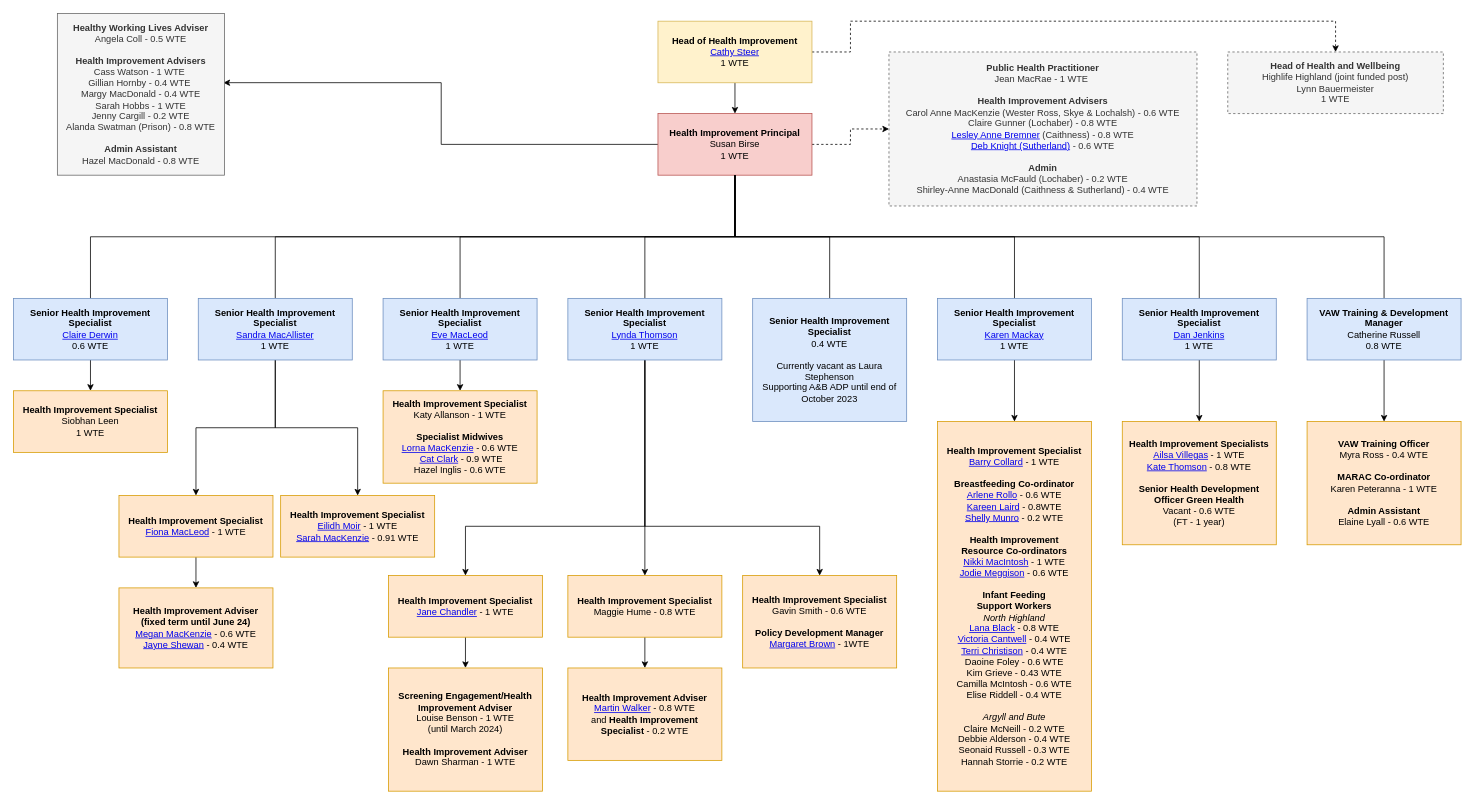
The draw.io diagram Untitled Diagram.drawio in barrycollard/staffOrgChart, before the edit. Source tidied: cells renumbered, new cells numbered last; positions are measured from the earlier drawing's top-left corner, leaving out a move shared by most shapes. Both pictures are drawn from the tidied source at 77%, with x=0, y=0 at pixel (13, 13).
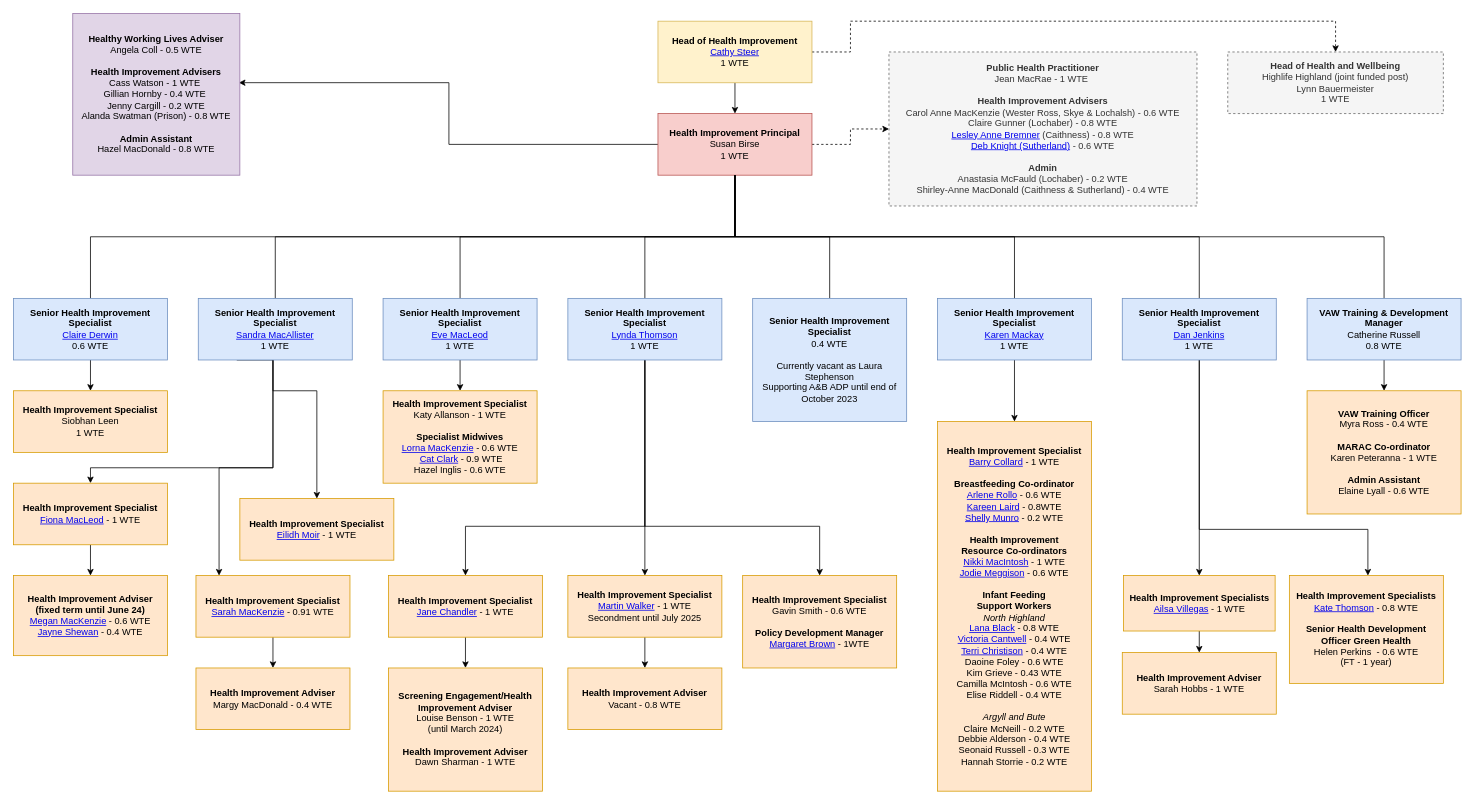
After the change.

Commit message:
moving of staff

The change refers to these unchanged cells:
```xml
<mxCell id="15" value="&lt;div&gt;&lt;b&gt;Senior Health Improvement Specialist&lt;/b&gt;&lt;/div&gt;&lt;div&gt;&lt;a href=&quot;https://nhshighland.publichealth.scot.nhs.uk/staff/sandra-macallister/&quot;&gt;Sandra MacAllister&lt;/a&gt;&lt;/div&gt;&lt;div&gt;1 WTE&lt;/div&gt;" style="rounded=0;whiteSpace=wrap;html=1;fillColor=#dae8fc;strokeColor=#6c8ebf;" parent="1" vertex="1">
  <mxGeometry x="240" y="370" width="200" height="80" as="geometry" />
</mxCell>
<mxCell id="39" value="&lt;div&gt;&lt;b&gt;Senior Health Improvement Specialist&lt;/b&gt;&lt;/div&gt;&lt;div&gt;&lt;div&gt;&lt;a href=&quot;https://nhshighland.publichealth.scot.nhs.uk/staff/dan-jenkins/&quot;&gt;Dan Jenkins&lt;/a&gt;&lt;/div&gt;&lt;div&gt;1 WTE&lt;/div&gt;&lt;/div&gt;" style="rounded=0;whiteSpace=wrap;html=1;fillColor=#dae8fc;strokeColor=#6c8ebf;" parent="1" vertex="1">
  <mxGeometry x="1440" y="370" width="200" height="80" as="geometry" />
</mxCell>
```

The edit, as a diff of the source:
```diff
@@
-    <mxCell id="8" value="&lt;div&gt;&lt;b&gt;Healthy Working Lives Adviser&lt;/b&gt;&lt;/div&gt;&lt;div&gt;Angela Coll - 0.5 WTE&lt;/div&gt;&lt;div&gt;&lt;br&gt;&lt;/div&gt;&lt;div&gt;&lt;b&gt;Health Improvement Advisers&lt;/b&gt;&lt;/div&gt;&lt;div&gt;&lt;div&gt;Cass Watson - 1 WTE&amp;nbsp;&lt;/div&gt;&lt;div&gt;Gillian Hornby - 0.4 WTE&amp;nbsp;&lt;/div&gt;&lt;div&gt;Margy MacDonald - 0.4 WTE&lt;/div&gt;&lt;div&gt;Sarah Hobbs - 1 WTE&lt;/div&gt;&lt;div&gt;Jenny Cargill - 0.2 WTE&lt;/div&gt;&lt;div&gt;Alanda Swatman (Prison) - 0.8 WTE&lt;/div&gt;&lt;/div&gt;&lt;div&gt;&lt;br&gt;&lt;/div&gt;&lt;div&gt;&lt;b&gt;Admin Assistant&lt;/b&gt;&lt;/div&gt;&lt;div&gt;Hazel MacDonald - 0.8 WTE&lt;/div&gt;" style="rounded=0;whiteSpace=wrap;html=1;fillColor=#f5f5f5;fontColor=#333333;strokeColor=#666666;" parent="1" vertex="1">
-      <mxGeometry x="57" width="217" height="210" as="geometry" />
+    <mxCell id="8" value="&lt;div&gt;&lt;b&gt;Healthy Working Lives Adviser&lt;/b&gt;&lt;/div&gt;&lt;div&gt;Angela Coll - 0.5 WTE&lt;/div&gt;&lt;div&gt;&lt;br&gt;&lt;/div&gt;&lt;div&gt;&lt;b&gt;Health Improvement Advisers&lt;/b&gt;&lt;/div&gt;&lt;div&gt;&lt;div&gt;Cass Watson - 1 WTE&amp;nbsp;&lt;/div&gt;&lt;div&gt;Gillian Hornby - 0.4 WTE&amp;nbsp;&lt;/div&gt;&lt;div&gt;&lt;span style=&quot;background-color: initial;&quot;&gt;Jenny Cargill - 0.2 WTE&lt;/span&gt;&lt;br&gt;&lt;/div&gt;&lt;div&gt;Alanda Swatman (Prison) - 0.8 WTE&lt;/div&gt;&lt;/div&gt;&lt;div&gt;&lt;br&gt;&lt;/div&gt;&lt;div&gt;&lt;b&gt;Admin Assistant&lt;/b&gt;&lt;/div&gt;&lt;div&gt;Hazel MacDonald - 0.8 WTE&lt;/div&gt;" style="rounded=0;whiteSpace=wrap;html=1;fillColor=#e1d5e7;strokeColor=#9673a6;" parent="1" vertex="1">
+      <mxGeometry x="77" width="217" height="210" as="geometry" />
     </mxCell>
@@
-    <mxCell id="12" style="edgeStyle=orthogonalEdgeStyle;rounded=0;jettySize=auto;html=1;" parent="1" edge="1" source="15" target="31">
-      <mxGeometry relative="1" as="geometry" />
+    <mxCell id="12" style="edgeStyle=orthogonalEdgeStyle;rounded=0;jettySize=auto;html=1;" parent="1" edge="1" target="31">
+      <mxGeometry relative="1" as="geometry">
+        <mxPoint x="437" y="370" as="sourcePoint" />
+        <Array as="points">
+          <mxPoint x="437" y="371" />
+          <mxPoint x="337" y="371" />
+          <mxPoint x="337" y="590" />
+          <mxPoint x="100" y="590" />
+        </Array>
+      </mxGeometry>
     </mxCell>
@@
     <mxCell id="14" style="edgeStyle=orthogonalEdgeStyle;rounded=0;jettySize=auto;html=1;entryX=0.5;entryY=0;entryDx=0;entryDy=0;" parent="1" edge="1" source="15" target="50">
-      <mxGeometry relative="1" as="geometry" />
+      <mxGeometry relative="1" as="geometry">
+        <Array as="points">
+          <mxPoint x="337" y="490" />
+          <mxPoint x="394" y="490" />
+        </Array>
+      </mxGeometry>
     </mxCell>
+    <mxCell id="53" style="edgeStyle=orthogonalEdgeStyle;rounded=0;jettySize=auto;html=1;exitX=0.25;exitY=1;exitDx=0;exitDy=0;" parent="1" edge="1" source="15" target="59">
+      <mxGeometry relative="1" as="geometry">
+        <Array as="points">
+          <mxPoint x="337" y="450" />
+          <mxPoint x="337" y="590" />
+          <mxPoint x="267" y="590" />
+        </Array>
+      </mxGeometry>
+    </mxCell>
@@
     <mxCell id="31" value="&lt;div&gt;&lt;b&gt;Health Improvement Specialist&lt;/b&gt;&lt;/div&gt;&lt;div&gt;&lt;a href=&quot;https://nhshighland.publichealth.scot.nhs.uk/staff/fiona-macleod/&quot;&gt;Fiona MacLeod&lt;/a&gt; - 1 WTE&lt;/div&gt;" style="rounded=0;whiteSpace=wrap;html=1;fillColor=#ffe6cc;strokeColor=#d79b00;" parent="1" vertex="1">
-      <mxGeometry x="137" y="626" width="200" height="80" as="geometry" />
+      <mxGeometry y="610" width="200" height="80" as="geometry" />
     </mxCell>
@@
+    <mxCell id="54" style="edgeStyle=orthogonalEdgeStyle;rounded=0;jettySize=auto;html=1;exitX=0.5;exitY=1;exitDx=0;exitDy=0;" parent="1" edge="1" source="39" target="56">
+      <mxGeometry relative="1" as="geometry" />
+    </mxCell>
-    <mxCell id="38" style="edgeStyle=orthogonalEdgeStyle;rounded=0;jettySize=auto;html=1;" parent="1" edge="1" source="39" target="43">
-      <mxGeometry relative="1" as="geometry" />
+    <mxCell id="38" style="edgeStyle=orthogonalEdgeStyle;rounded=0;jettySize=auto;html=1;exitX=0.5;exitY=1;exitDx=0;exitDy=0;" parent="1" edge="1" source="39" target="43">
+      <mxGeometry relative="1" as="geometry">
+        <Array as="points">
+          <mxPoint x="1540" y="670" />
+          <mxPoint x="1759" y="670" />
+        </Array>
+      </mxGeometry>
     </mxCell>
@@
-    <mxCell id="43" value="&lt;div&gt;&lt;b&gt;Health Improvement Specialists&lt;/b&gt;&lt;/div&gt;&lt;div style=&quot;border-color: var(--border-color);&quot;&gt;&lt;a href=&quot;https://nhshighland.publichealth.scot.nhs.uk/staff/ailsa-villegas/&quot;&gt;Ailsa Villegas&lt;/a&gt; -&amp;nbsp;&lt;span style=&quot;background-color: initial;&quot;&gt;1 WTE&lt;/span&gt;&lt;/div&gt;&lt;a href=&quot;https://nhshighland.publichealth.scot.nhs.uk/staff/kate-thomson/&quot;&gt;Kate Thomson&lt;/a&gt;&amp;nbsp;- 0.8 WTE&lt;br&gt;&lt;br&gt;&lt;div style=&quot;border-color: var(--border-color);&quot;&gt;&lt;b style=&quot;border-color: var(--border-color); background-color: initial;&quot;&gt;Senior Health Development Officer Green Health&lt;/b&gt;&lt;br style=&quot;border-color: var(--border-color);&quot;&gt;&lt;/div&gt;&lt;div style=&quot;border-color: var(--border-color);&quot;&gt;Vacant - 0.6 WTE&lt;br style=&quot;border-color: var(--border-color);&quot;&gt;(FT - 1 year)&lt;/div&gt;" style="rounded=0;whiteSpace=wrap;html=1;fillColor=#ffe6cc;strokeColor=#d79b00;" parent="1" vertex="1">
-      <mxGeometry x="1440" y="530" width="200" height="160" as="geometry" />
+    <mxCell id="43" value="&lt;div&gt;&lt;b&gt;Health Improvement Specialists&lt;/b&gt;&lt;/div&gt;&lt;div style=&quot;border-color: var(--border-color);&quot;&gt;&lt;/div&gt;&lt;a href=&quot;https://nhshighland.publichealth.scot.nhs.uk/staff/kate-thomson/&quot;&gt;Kate Thomson&lt;/a&gt;&amp;nbsp;- 0.8 WTE&lt;br&gt;&lt;br&gt;&lt;div style=&quot;border-color: var(--border-color);&quot;&gt;&lt;b style=&quot;border-color: var(--border-color); background-color: initial;&quot;&gt;Senior Health Development Officer Green Health&lt;/b&gt;&lt;br style=&quot;border-color: var(--border-color);&quot;&gt;&lt;/div&gt;Helen Perkins&amp;nbsp;&lt;span style=&quot;background-color: initial;&quot;&gt;&amp;nbsp;- 0.6 WTE&lt;/span&gt;&lt;br&gt;&lt;div style=&quot;border-color: var(--border-color);&quot;&gt;(FT - 1 year)&lt;/div&gt;" style="rounded=0;whiteSpace=wrap;html=1;fillColor=#ffe6cc;strokeColor=#d79b00;" parent="1" vertex="1">
+      <mxGeometry x="1657" y="730" width="200" height="140" as="geometry" />
     </mxCell>
     <mxCell id="44" value="&lt;div&gt;&lt;b&gt;VAW Training Officer&lt;/b&gt;&lt;/div&gt;&lt;div&gt;Myra Ross - 0.4 WTE&lt;/div&gt;&lt;div&gt;&lt;br&gt;&lt;/div&gt;&lt;div&gt;&lt;b&gt;MARAC Co-ordinator&lt;/b&gt;&lt;/div&gt;&lt;div&gt;Karen Peteranna - 1 WTE&lt;/div&gt;&lt;div&gt;&lt;br&gt;&lt;/div&gt;&lt;div&gt;&lt;b&gt;Admin Assistant&lt;/b&gt;&lt;/div&gt;&lt;div&gt;Elaine Lyall - 0.6 WTE&lt;/div&gt;" style="rounded=0;whiteSpace=wrap;html=1;fillColor=#ffe6cc;strokeColor=#d79b00;" parent="1" vertex="1">
-      <mxGeometry x="1680" y="530" width="200" height="160" as="geometry" />
+      <mxGeometry x="1680" y="490" width="200" height="160" as="geometry" />
     </mxCell>
-    <mxCell id="45" value="&lt;div&gt;&lt;b&gt;Health Improvement Adviser&lt;/b&gt;&lt;/div&gt;&lt;div&gt;&lt;div&gt;&lt;a href=&quot;https://nhshighland.publichealth.scot.nhs.uk/staff/martin-walker/&quot;&gt;Martin Walker&lt;/a&gt; - 0.8 WTE &lt;br&gt;and&amp;nbsp;&lt;span style=&quot;background-color: initial;&quot;&gt;&lt;b&gt;Health Improvement &lt;br&gt;Specialist&lt;/b&gt; - 0.2 WTE&lt;/span&gt;&lt;/div&gt;&lt;/div&gt;" style="rounded=0;whiteSpace=wrap;html=1;fillColor=#ffe6cc;strokeColor=#d79b00;" parent="1" vertex="1">
-      <mxGeometry x="720" y="850" width="200" height="120" as="geometry" />
+    <mxCell id="45" value="&lt;div&gt;&lt;b&gt;Health Improvement Adviser&lt;/b&gt;&lt;/div&gt;&lt;div&gt;Vacant - 0.8 WTE&lt;br&gt;&lt;/div&gt;" style="rounded=0;whiteSpace=wrap;html=1;fillColor=#ffe6cc;strokeColor=#d79b00;" parent="1" vertex="1">
+      <mxGeometry x="720" y="850" width="200" height="80" as="geometry" />
     </mxCell>
     <mxCell id="46" value="&lt;div&gt;&lt;b&gt;Health Improvement Adviser&lt;/b&gt;&lt;/div&gt;&lt;div&gt;&lt;b&gt;(fixed term until June 24)&lt;/b&gt;&lt;/div&gt;&lt;div&gt;&lt;div&gt;&lt;a href=&quot;https://nhshighland.publichealth.scot.nhs.uk/staff/megan-mackenzie/&quot;&gt;Megan MacKenzie&lt;/a&gt; - 0.6 WTE&lt;/div&gt;&lt;div&gt;&lt;a href=&quot;https://nhshighland.publichealth.scot.nhs.uk/staff/jayne-shewan/&quot;&gt;Jayne Shewan&lt;/a&gt; - 0.4 WTE&lt;/div&gt;&lt;/div&gt;" style="rounded=0;whiteSpace=wrap;html=1;fillColor=#ffe6cc;strokeColor=#d79b00;" parent="1" vertex="1">
-      <mxGeometry x="137" y="746" width="200" height="104" as="geometry" />
+      <mxGeometry y="730" width="200" height="104" as="geometry" />
     </mxCell>
@@
-    <mxCell id="48" value="&lt;div&gt;&lt;b&gt;Health Improvement Specialist&lt;/b&gt;&lt;/div&gt;&lt;div&gt;&lt;span style=&quot;background-color: initial;&quot;&gt;Maggie Hume - 0.8 WTE&lt;/span&gt;&lt;br&gt;&lt;/div&gt;" style="rounded=0;whiteSpace=wrap;html=1;fillColor=#ffe6cc;strokeColor=#d79b00;" parent="1" vertex="1">
+    <mxCell id="48" value="&lt;div&gt;&lt;b&gt;Health Improvement Specialist&lt;/b&gt;&lt;/div&gt;&lt;a style=&quot;border-color: var(--border-color);&quot; href=&quot;https://nhshighland.publichealth.scot.nhs.uk/staff/martin-walker/&quot;&gt;Martin Walker&lt;/a&gt;&amp;nbsp;- 1 WTE&lt;br&gt;&lt;span style=&quot;background-color: initial;&quot;&gt;Secondment until July 2025&lt;br&gt;&lt;/span&gt;" style="rounded=0;whiteSpace=wrap;html=1;fillColor=#ffe6cc;strokeColor=#d79b00;" parent="1" vertex="1">
       <mxGeometry x="720" y="730" width="200" height="80" as="geometry" />
     </mxCell>
@@
-    <mxCell id="50" value="&lt;div&gt;&lt;b&gt;Health Improvement Specialist&lt;/b&gt;&lt;/div&gt;&lt;div&gt;&lt;a href=&quot;https://nhshighland.publichealth.scot.nhs.uk/staff/eilidh-moir/&quot;&gt;Eilidh Moir&lt;/a&gt; - 1 WTE&lt;/div&gt;&lt;div&gt;&lt;a href=&quot;https://nhshighland.publichealth.scot.nhs.uk/staff/sarah-mackenzie/&quot;&gt;Sarah MacKenzie&lt;/a&gt; - 0.91 WTE&lt;/div&gt;" style="rounded=0;whiteSpace=wrap;html=1;fillColor=#ffe6cc;strokeColor=#d79b00;" parent="1" vertex="1">
-      <mxGeometry x="347" y="626" width="200" height="80" as="geometry" />
+    <mxCell id="50" value="&lt;div&gt;&lt;b&gt;Health Improvement Specialist&lt;/b&gt;&lt;/div&gt;&lt;div&gt;&lt;a href=&quot;https://nhshighland.publichealth.scot.nhs.uk/staff/eilidh-moir/&quot;&gt;Eilidh Moir&lt;/a&gt; - 1 WTE&lt;/div&gt;" style="rounded=0;whiteSpace=wrap;html=1;fillColor=#ffe6cc;strokeColor=#d79b00;" parent="1" vertex="1">
+      <mxGeometry x="294" y="630" width="200" height="80" as="geometry" />
     </mxCell>
@@
+    <mxCell id="55" style="edgeStyle=orthogonalEdgeStyle;rounded=0;jettySize=auto;html=1;exitX=0.5;exitY=1;exitDx=0;exitDy=0;entryX=0.5;entryY=0;entryDx=0;entryDy=0;" parent="1" edge="1" source="56" target="57">
+      <mxGeometry relative="1" as="geometry" />
+    </mxCell>
+    <mxCell id="56" value="&lt;div&gt;&lt;b&gt;Health Improvement Specialists&lt;/b&gt;&lt;/div&gt;&lt;div style=&quot;border-color: var(--border-color);&quot;&gt;&lt;a href=&quot;https://nhshighland.publichealth.scot.nhs.uk/staff/ailsa-villegas/&quot;&gt;Ailsa Villegas&lt;/a&gt; -&amp;nbsp;&lt;span style=&quot;background-color: initial;&quot;&gt;1 WTE&lt;/span&gt;&lt;/div&gt;" style="rounded=0;whiteSpace=wrap;html=1;fillColor=#ffe6cc;strokeColor=#d79b00;" parent="1" vertex="1">
+      <mxGeometry x="1441.5" y="730" width="197" height="72" as="geometry" />
+    </mxCell>
+    <mxCell id="57" value="&lt;div&gt;&lt;b&gt;Health Improvement Adviser&lt;/b&gt;&lt;/div&gt;&lt;div&gt;Sarah Hobbs - 1 WTE&lt;br&gt;&lt;/div&gt;" style="rounded=0;whiteSpace=wrap;html=1;fillColor=#ffe6cc;strokeColor=#d79b00;" parent="1" vertex="1">
+      <mxGeometry x="1440" y="830" width="200" height="80" as="geometry" />
+    </mxCell>
+    <mxCell id="58" style="edgeStyle=orthogonalEdgeStyle;rounded=0;jettySize=auto;html=1;exitX=0.5;exitY=1;exitDx=0;exitDy=0;" parent="1" edge="1" source="59" target="60">
+      <mxGeometry relative="1" as="geometry" />
+    </mxCell>
+    <mxCell id="59" value="&lt;div&gt;&lt;b&gt;Health Improvement Specialist&lt;/b&gt;&lt;/div&gt;&lt;div&gt;&lt;a style=&quot;background-color: initial;&quot; href=&quot;https://nhshighland.publichealth.scot.nhs.uk/staff/sarah-mackenzie/&quot;&gt;Sarah MacKenzie&lt;/a&gt;&lt;span style=&quot;background-color: initial;&quot;&gt; - 0.91 WTE&lt;/span&gt;&lt;br&gt;&lt;/div&gt;" style="rounded=0;whiteSpace=wrap;html=1;fillColor=#ffe6cc;strokeColor=#d79b00;" parent="1" vertex="1">
+      <mxGeometry x="237" y="730" width="200" height="80" as="geometry" />
+    </mxCell>
+    <mxCell id="60" value="&lt;div&gt;&lt;b&gt;Health Improvement Adviser&lt;/b&gt;&lt;/div&gt;&lt;div&gt;Margy MacDonald - 0.4 WTE&lt;br&gt;&lt;/div&gt;" style="rounded=0;whiteSpace=wrap;html=1;fillColor=#ffe6cc;strokeColor=#d79b00;" parent="1" vertex="1">
+      <mxGeometry x="237" y="850" width="200" height="80" as="geometry" />
+    </mxCell>
```
